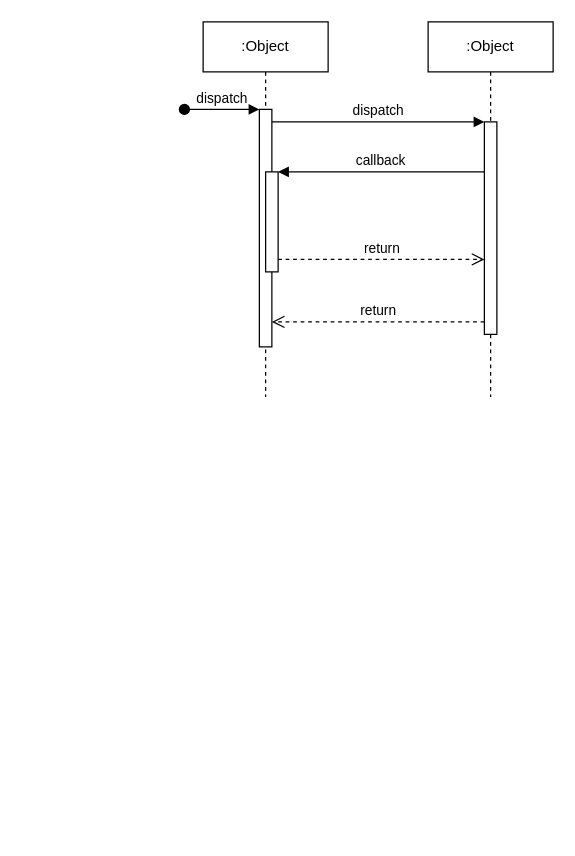
Earlier version of the draw.io diagram 业务流程图.drawio (KinMan-ZHR/picture-bed). Source tidied: cells renumbered, new cells numbered last; positions are measured from the earlier drawing's top-left corner, leaving out a move shared by most shapes. Both pictures are drawn from the tidied source at 125%, with x=0, y=0 at pixel (184, 21).
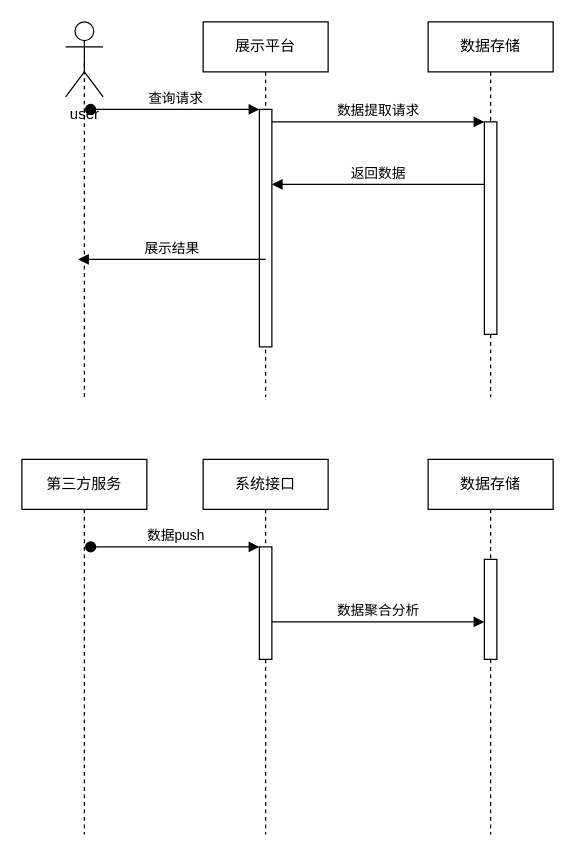
Above is the later version.

Commit message:
更新业务流程图.drawio

The change refers to these unchanged cells:
```xml
<mxCell id="3" style="html=1;points=[];perimeter=orthogonalPerimeter;outlineConnect=0;targetShapes=umlLifeline;portConstraint=eastwest;newEdgeStyle={&quot;edgeStyle&quot;:&quot;elbowEdgeStyle&quot;,&quot;elbow&quot;:&quot;vertical&quot;,&quot;curved&quot;:0,&quot;rounded&quot;:0};" parent="2" vertex="1">
  <mxGeometry x="45" y="70" width="10" height="190" as="geometry" />
</mxCell>
<mxCell id="7" style="html=1;points=[];perimeter=orthogonalPerimeter;outlineConnect=0;targetShapes=umlLifeline;portConstraint=eastwest;newEdgeStyle={&quot;edgeStyle&quot;:&quot;elbowEdgeStyle&quot;,&quot;elbow&quot;:&quot;vertical&quot;,&quot;curved&quot;:0,&quot;rounded&quot;:0};" parent="6" vertex="1">
  <mxGeometry x="45" y="80" width="10" height="170" as="geometry" />
</mxCell>
```

The edit, as a diff of the source:
```diff
@@
-    <mxCell id="2" value=":Object" style="shape=umlLifeline;perimeter=lifelinePerimeter;whiteSpace=wrap;html=1;newEdgeStyle={&quot;edgeStyle&quot;:&quot;elbowEdgeStyle&quot;,&quot;elbow&quot;:&quot;vertical&quot;,&quot;curved&quot;:0,&quot;rounded&quot;:0};" parent="1" vertex="1">
+    <mxCell id="2" value="展示平台" style="shape=umlLifeline;perimeter=lifelinePerimeter;whiteSpace=wrap;html=1;newEdgeStyle={&quot;edgeStyle&quot;:&quot;elbowEdgeStyle&quot;,&quot;elbow&quot;:&quot;vertical&quot;,&quot;curved&quot;:0,&quot;rounded&quot;:0};" parent="1" vertex="1">
       <mxGeometry x="15" width="100" height="300" as="geometry" />
     </mxCell>
@@
-    <mxCell id="4" value="dispatch" style="html=1;verticalAlign=bottom;startArrow=oval;endArrow=block;startSize=8;edgeStyle=elbowEdgeStyle;elbow=vertical;curved=0;rounded=0;" parent="2" edge="1" target="3">
+    <mxCell id="4" value="查询请求" style="html=1;verticalAlign=bottom;startArrow=oval;endArrow=block;startSize=8;edgeStyle=elbowEdgeStyle;elbow=vertical;curved=0;rounded=0;" parent="2" edge="1" target="3">
       <mxGeometry relative="1" as="geometry">
-        <mxPoint x="-15" y="70" as="sourcePoint" />
+        <mxPoint x="-90" y="70" as="sourcePoint" />
       </mxGeometry>
     </mxCell>
-    <mxCell id="5" style="html=1;points=[];perimeter=orthogonalPerimeter;outlineConnect=0;targetShapes=umlLifeline;portConstraint=eastwest;newEdgeStyle={&quot;edgeStyle&quot;:&quot;elbowEdgeStyle&quot;,&quot;elbow&quot;:&quot;vertical&quot;,&quot;curved&quot;:0,&quot;rounded&quot;:0};" parent="2" vertex="1">
-      <mxGeometry x="50" y="120" width="10" height="80" as="geometry" />
-    </mxCell>
-    <mxCell id="6" value=":Object" style="shape=umlLifeline;perimeter=lifelinePerimeter;whiteSpace=wrap;html=1;newEdgeStyle={&quot;edgeStyle&quot;:&quot;elbowEdgeStyle&quot;,&quot;elbow&quot;:&quot;vertical&quot;,&quot;curved&quot;:0,&quot;rounded&quot;:0};" parent="1" vertex="1">
+    <mxCell id="6" value="数据存储" style="shape=umlLifeline;perimeter=lifelinePerimeter;whiteSpace=wrap;html=1;newEdgeStyle={&quot;edgeStyle&quot;:&quot;elbowEdgeStyle&quot;,&quot;elbow&quot;:&quot;vertical&quot;,&quot;curved&quot;:0,&quot;rounded&quot;:0};" parent="1" vertex="1">
       <mxGeometry x="195" width="100" height="300" as="geometry" />
     </mxCell>
@@
-    <mxCell id="8" value="dispatch" style="html=1;verticalAlign=bottom;endArrow=block;edgeStyle=elbowEdgeStyle;elbow=vertical;curved=0;rounded=0;" parent="1" edge="1" source="3" target="7">
+    <mxCell id="8" value="数据提取请求" style="html=1;verticalAlign=bottom;endArrow=block;edgeStyle=elbowEdgeStyle;elbow=vertical;curved=0;rounded=0;" parent="1" edge="1" source="3" target="7">
       <mxGeometry relative="1" as="geometry">
         <Array as="points">
-          <mxPoint x="155" y="80" />
+          <mxPoint x="145" y="80" />
         </Array>
       </mxGeometry>
     </mxCell>
-    <mxCell id="9" value="return" style="html=1;verticalAlign=bottom;endArrow=open;dashed=1;endSize=8;edgeStyle=elbowEdgeStyle;elbow=vertical;curved=0;rounded=0;" parent="1" edge="1" source="7" target="3">
-      <mxGeometry relative="1" as="geometry">
-        <Array as="points">
-          <mxPoint x="165" y="240" />
-        </Array>
-      </mxGeometry>
-    </mxCell>
-    <mxCell id="10" value="callback" style="html=1;verticalAlign=bottom;endArrow=block;edgeStyle=elbowEdgeStyle;elbow=vertical;curved=0;rounded=0;" parent="1" edge="1" source="7" target="5">
+    <mxCell id="10" value="返回数据" style="html=1;verticalAlign=bottom;endArrow=block;edgeStyle=elbowEdgeStyle;elbow=vertical;curved=0;rounded=0;" parent="1" edge="1" source="7" target="3">
       <mxGeometry relative="1" as="geometry">
         <Array as="points">
-          <mxPoint x="165" y="120" />
+          <mxPoint x="235" y="130" />
         </Array>
       </mxGeometry>
     </mxCell>
-    <mxCell id="11" value="return" style="html=1;verticalAlign=bottom;endArrow=open;dashed=1;endSize=8;edgeStyle=elbowEdgeStyle;elbow=vertical;curved=0;rounded=0;" parent="1" edge="1" source="5" target="7">
-      <mxGeometry relative="1" as="geometry">
-        <Array as="points">
-          <mxPoint x="155" y="190" />
-        </Array>
-      </mxGeometry>
-    </mxCell>
+    <mxCell id="12" value="user" style="shape=umlActor;verticalLabelPosition=bottom;verticalAlign=top;html=1;outlineConnect=0;" parent="1" vertex="1">
+      <mxGeometry x="-95" width="30" height="60" as="geometry" />
+    </mxCell>
+    <mxCell id="13" style="endArrow=none;dashed=1;html=1;rounded=0;entryX=0.5;entryY=0.5;entryDx=0;entryDy=0;entryPerimeter=0;" parent="1" edge="1" target="12">
+      <mxGeometry relative="1" as="geometry">
+        <mxPoint x="-80" y="300" as="sourcePoint" />
+        <Array as="points">
+          <mxPoint x="-80" y="160" />
+        </Array>
+      </mxGeometry>
+    </mxCell>
+    <mxCell id="14" value="展示结果" style="html=1;verticalAlign=bottom;endArrow=block;edgeStyle=elbowEdgeStyle;elbow=vertical;curved=0;rounded=0;exitX=0.5;exitY=0.632;exitDx=0;exitDy=0;exitPerimeter=0;" parent="1" edge="1" source="3">
+      <mxGeometry relative="1" as="geometry">
+        <mxPoint x="-85" y="190" as="targetPoint" />
+      </mxGeometry>
+    </mxCell>
+    <mxCell id="15" value="系统接口" style="shape=umlLifeline;perimeter=lifelinePerimeter;whiteSpace=wrap;html=1;newEdgeStyle={&quot;edgeStyle&quot;:&quot;elbowEdgeStyle&quot;,&quot;elbow&quot;:&quot;vertical&quot;,&quot;curved&quot;:0,&quot;rounded&quot;:0};" parent="1" vertex="1">
+      <mxGeometry x="15" y="350" width="100" height="300" as="geometry" />
+    </mxCell>
+    <mxCell id="16" style="html=1;points=[];perimeter=orthogonalPerimeter;outlineConnect=0;targetShapes=umlLifeline;portConstraint=eastwest;newEdgeStyle={&quot;edgeStyle&quot;:&quot;elbowEdgeStyle&quot;,&quot;elbow&quot;:&quot;vertical&quot;,&quot;curved&quot;:0,&quot;rounded&quot;:0};" parent="15" vertex="1">
+      <mxGeometry x="45" y="70" width="10" height="90" as="geometry" />
+    </mxCell>
+    <mxCell id="17" value="数据push" style="html=1;verticalAlign=bottom;startArrow=oval;endArrow=block;startSize=8;edgeStyle=elbowEdgeStyle;elbow=vertical;curved=0;rounded=0;" parent="15" edge="1" target="16">
+      <mxGeometry relative="1" as="geometry">
+        <mxPoint x="-90" y="70" as="sourcePoint" />
+      </mxGeometry>
+    </mxCell>
+    <mxCell id="18" value="数据存储" style="shape=umlLifeline;perimeter=lifelinePerimeter;whiteSpace=wrap;html=1;newEdgeStyle={&quot;edgeStyle&quot;:&quot;elbowEdgeStyle&quot;,&quot;elbow&quot;:&quot;vertical&quot;,&quot;curved&quot;:0,&quot;rounded&quot;:0};" parent="1" vertex="1">
+      <mxGeometry x="195" y="350" width="100" height="300" as="geometry" />
+    </mxCell>
+    <mxCell id="19" style="html=1;points=[];perimeter=orthogonalPerimeter;outlineConnect=0;targetShapes=umlLifeline;portConstraint=eastwest;newEdgeStyle={&quot;edgeStyle&quot;:&quot;elbowEdgeStyle&quot;,&quot;elbow&quot;:&quot;vertical&quot;,&quot;curved&quot;:0,&quot;rounded&quot;:0};" parent="18" vertex="1">
+      <mxGeometry x="45" y="80" width="10" height="80" as="geometry" />
+    </mxCell>
+    <mxCell id="20" value="第三方服务" style="shape=umlLifeline;perimeter=lifelinePerimeter;whiteSpace=wrap;html=1;newEdgeStyle={&quot;curved&quot;:0,&quot;rounded&quot;:0};" parent="1" vertex="1">
+      <mxGeometry x="-130" y="350" width="100" height="300" as="geometry" />
+    </mxCell>
+    <mxCell id="21" value="数据聚合分析" style="html=1;verticalAlign=bottom;endArrow=block;edgeStyle=elbowEdgeStyle;elbow=vertical;curved=0;rounded=0;" parent="1" edge="1" source="16" target="19">
+      <mxGeometry relative="1" as="geometry">
+        <Array as="points">
+          <mxPoint x="235" y="480" />
+        </Array>
+      </mxGeometry>
+    </mxCell>
```
